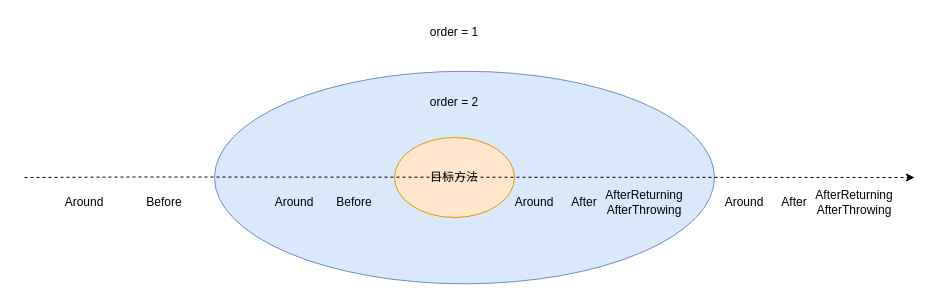
erlieStar/diagrams keeps this draw.io diagram as spring-aop/多个拦截器链的执行顺序.drawio. Above is the earlier version. Source tidied: cells renumbered, new cells numbered last; positions are measured from the earlier drawing's top-left corner, leaving out a move shared by most shapes. Both pictures are drawn from the tidied source at 100%, with x=0, y=0 at pixel (24, 17).
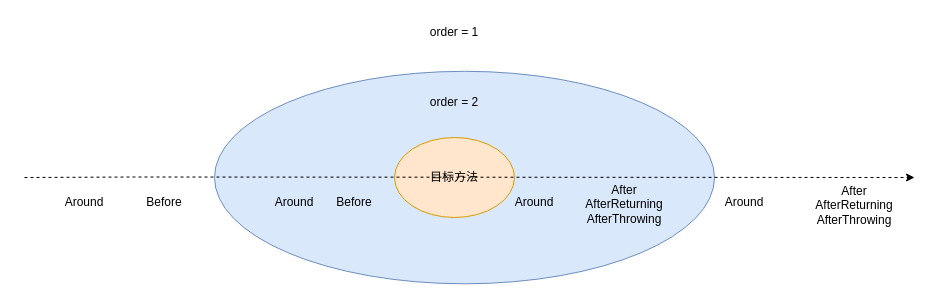
Above is the later version.

Change to the diagram source:
```diff
@@
 <mxGraphModel>
   <root>
     <mxCell id="0" />
     <mxCell id="1" parent="0" />
     <mxCell id="2" style="ellipse;whiteSpace=wrap;html=1;fillColor=#dae8fc;strokeColor=#6c8ebf;" parent="1" vertex="1">
       <mxGeometry x="190" y="53.8" width="500" height="212.5" as="geometry" />
     </mxCell>
     <mxCell id="3" value="目标方法" style="ellipse;whiteSpace=wrap;html=1;fillColor=#ffe6cc;strokeColor=#d79b00;" parent="1" vertex="1">
       <mxGeometry x="370" y="120" width="120" height="80" as="geometry" />
     </mxCell>
     <mxCell id="4" style="endArrow=classic;html=1;rounded=0;dashed=1;" parent="1" edge="1">
       <mxGeometry relative="1" as="geometry">
         <mxPoint y="160" as="sourcePoint" />
         <mxPoint x="890" y="160" as="targetPoint" />
         <Array as="points">
           <mxPoint x="110" y="159.5" />
         </Array>
       </mxGeometry>
     </mxCell>
     <mxCell id="5" value="Around" style="text;html=1;strokeColor=none;fillColor=none;align=center;verticalAlign=middle;whiteSpace=wrap;rounded=0;" parent="1" vertex="1">
       <mxGeometry x="240" y="170" width="60" height="30" as="geometry" />
     </mxCell>
     <mxCell id="6" value="Before" style="text;html=1;strokeColor=none;fillColor=none;align=center;verticalAlign=middle;whiteSpace=wrap;rounded=0;" parent="1" vertex="1">
       <mxGeometry x="300" y="170" width="60" height="30" as="geometry" />
     </mxCell>
     <mxCell id="7" value="Around" style="text;html=1;strokeColor=none;fillColor=none;align=center;verticalAlign=middle;whiteSpace=wrap;rounded=0;" parent="1" vertex="1">
       <mxGeometry x="480" y="170" width="60" height="30" as="geometry" />
     </mxCell>
-    <mxCell id="8" value="After" style="text;html=1;strokeColor=none;fillColor=none;align=center;verticalAlign=middle;whiteSpace=wrap;rounded=0;" parent="1" vertex="1">
-      <mxGeometry x="530" y="170" width="60" height="30" as="geometry" />
-    </mxCell>
-    <mxCell id="9" value="&lt;span&gt;AfterReturning&lt;br&gt;&lt;/span&gt;AfterThrowing&lt;span&gt;&lt;br&gt;&lt;/span&gt;" style="text;html=1;strokeColor=none;fillColor=none;align=center;verticalAlign=middle;whiteSpace=wrap;rounded=0;" parent="1" vertex="1">
-      <mxGeometry x="590" y="170" width="60" height="30" as="geometry" />
+    <mxCell id="9" value="After&lt;span&gt;&lt;br&gt;AfterReturning&lt;br&gt;&lt;/span&gt;AfterThrowing&lt;span&gt;&lt;br&gt;&lt;/span&gt;" style="text;html=1;strokeColor=none;fillColor=none;align=center;verticalAlign=middle;whiteSpace=wrap;rounded=0;" parent="1" vertex="1">
+      <mxGeometry x="570" y="172" width="60" height="30" as="geometry" />
     </mxCell>
     <mxCell id="10" value="order = 2" style="text;html=1;strokeColor=none;fillColor=none;align=center;verticalAlign=middle;whiteSpace=wrap;rounded=0;" parent="1" vertex="1">
       <mxGeometry x="400" y="70" width="60" height="30" as="geometry" />
     </mxCell>
     <mxCell id="11" value="order = 1" style="text;html=1;strokeColor=none;fillColor=none;align=center;verticalAlign=middle;whiteSpace=wrap;rounded=0;" parent="1" vertex="1">
       <mxGeometry x="400" width="60" height="30" as="geometry" />
     </mxCell>
     <mxCell id="12" value="Around" style="text;html=1;strokeColor=none;fillColor=none;align=center;verticalAlign=middle;whiteSpace=wrap;rounded=0;" parent="1" vertex="1">
       <mxGeometry x="30" y="170" width="60" height="30" as="geometry" />
     </mxCell>
     <mxCell id="13" value="Before" style="text;html=1;strokeColor=none;fillColor=none;align=center;verticalAlign=middle;whiteSpace=wrap;rounded=0;" parent="1" vertex="1">
       <mxGeometry x="110" y="170" width="60" height="30" as="geometry" />
     </mxCell>
     <mxCell id="14" value="Around" style="text;html=1;strokeColor=none;fillColor=none;align=center;verticalAlign=middle;whiteSpace=wrap;rounded=0;" parent="1" vertex="1">
       <mxGeometry x="690" y="170" width="60" height="30" as="geometry" />
     </mxCell>
-    <mxCell id="15" value="After" style="text;html=1;strokeColor=none;fillColor=none;align=center;verticalAlign=middle;whiteSpace=wrap;rounded=0;" parent="1" vertex="1">
-      <mxGeometry x="740" y="170" width="60" height="30" as="geometry" />
-    </mxCell>
-    <mxCell id="16" value="&lt;span&gt;AfterReturning&lt;br&gt;&lt;/span&gt;AfterThrowing&lt;span&gt;&lt;br&gt;&lt;/span&gt;" style="text;html=1;strokeColor=none;fillColor=none;align=center;verticalAlign=middle;whiteSpace=wrap;rounded=0;" parent="1" vertex="1">
-      <mxGeometry x="800" y="170" width="60" height="30" as="geometry" />
+    <mxCell id="16" value="After&lt;span&gt;&lt;br&gt;AfterReturning&lt;br&gt;&lt;/span&gt;AfterThrowing&lt;span&gt;&lt;br&gt;&lt;/span&gt;" style="text;html=1;strokeColor=none;fillColor=none;align=center;verticalAlign=middle;whiteSpace=wrap;rounded=0;" parent="1" vertex="1">
+      <mxGeometry x="800" y="173" width="60" height="30" as="geometry" />
     </mxCell>
   </root>
 </mxGraphModel>
```
